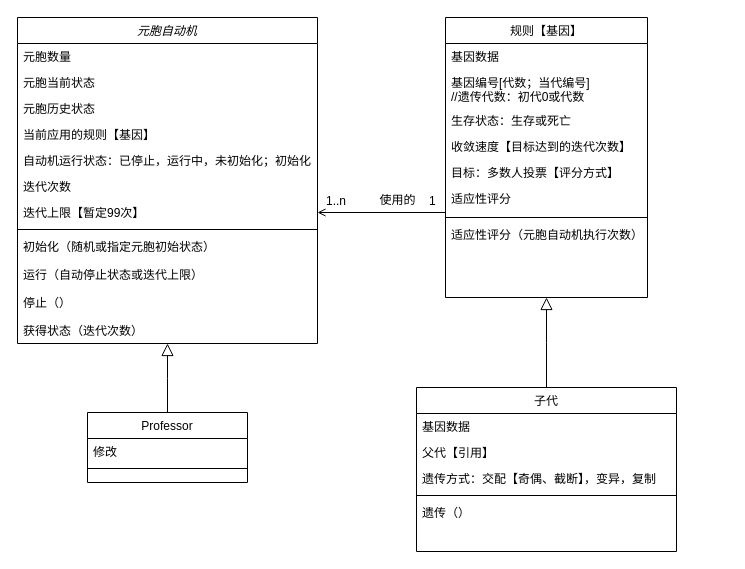
This is 元胞自动机V0.5.drawio from ligumi/CellularAutomataProject, a draw.io file, before an edit. Source tidied: cells renumbered, new cells numbered last; positions are measured from the earlier drawing's top-left corner, leaving out a move shared by most shapes. Both pictures are drawn from the tidied source at 100%, with x=0, y=0 at pixel (17, 17).
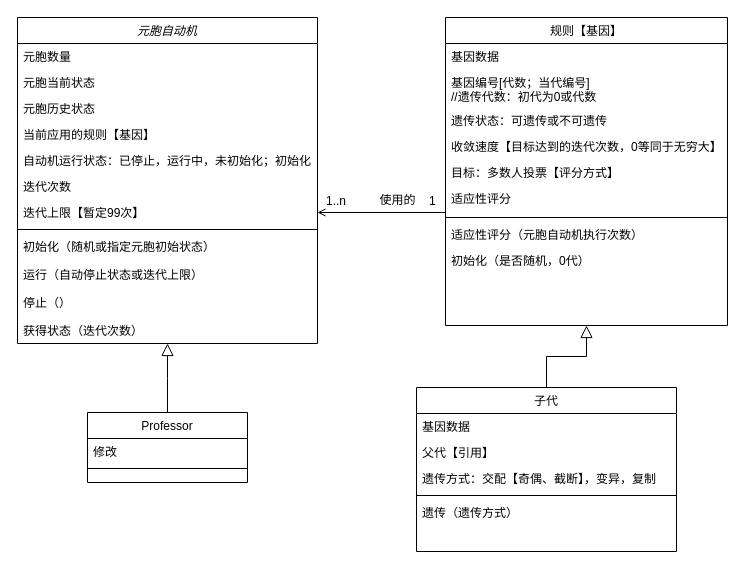
The same diagram, later.

Commit message:
Update 元胞自动机V0.5.drawio

Unchanged cells that the change refers to:
```xml
<mxCell id="15" value="子代" style="swimlane;fontStyle=0;align=center;verticalAlign=top;horizontal=1;startSize=26;rounded=0;shadow=0;strokeWidth=1;" parent="1" vertex="1">
  <mxGeometry x="399" y="370" width="260" height="164" as="geometry" />
</mxCell>
```

Diff of the diagram source:
```diff
@@
-    <mxCell id="20" value="遗传（）" style="text;align=left;verticalAlign=top;spacingLeft=4;spacingRight=4;overflow=hidden;fontStyle=0;" parent="15" vertex="1">
+    <mxCell id="20" value="遗传（遗传方式）" style="text;align=left;verticalAlign=top;spacingLeft=4;spacingRight=4;overflow=hidden;fontStyle=0;" parent="15" vertex="1">
       <mxGeometry y="112" width="260" height="26" as="geometry" />
     </mxCell>
@@
     <mxCell id="26" value="规则【基因】" style="swimlane;fontStyle=0;align=center;verticalAlign=top;horizontal=1;startSize=26;rounded=0;shadow=0;strokeWidth=1;" parent="1" vertex="1">
-      <mxGeometry x="428" width="202" height="280" as="geometry" />
+      <mxGeometry x="428" width="282" height="308" as="geometry" />
     </mxCell>
     <mxCell id="27" value="基因数据" style="text;align=left;verticalAlign=top;spacingLeft=4;spacingRight=4;overflow=hidden;" parent="26" vertex="1">
-      <mxGeometry y="26" width="202" height="26" as="geometry" />
+      <mxGeometry y="26" width="282" height="26" as="geometry" />
     </mxCell>
-    <mxCell id="28" value="基因编号[代数；当代编号]&#10;//遗传代数：初代0或代数" style="text;align=left;verticalAlign=top;spacingLeft=4;spacingRight=4;overflow=hidden;" parent="26" vertex="1">
-      <mxGeometry y="52" width="202" height="38" as="geometry" />
+    <mxCell id="28" value="基因编号[代数；当代编号]&#10;//遗传代数：初代为0或代数" style="text;align=left;verticalAlign=top;spacingLeft=4;spacingRight=4;overflow=hidden;" parent="26" vertex="1">
+      <mxGeometry y="52" width="282" height="38" as="geometry" />
     </mxCell>
-    <mxCell id="29" value="生存状态：生存或死亡" style="text;align=left;verticalAlign=top;spacingLeft=4;spacingRight=4;overflow=hidden;" parent="26" vertex="1">
-      <mxGeometry y="90" width="202" height="26" as="geometry" />
+    <mxCell id="29" value="遗传状态：可遗传或不可遗传" style="text;align=left;verticalAlign=top;spacingLeft=4;spacingRight=4;overflow=hidden;" parent="26" vertex="1">
+      <mxGeometry y="90" width="282" height="26" as="geometry" />
     </mxCell>
-    <mxCell id="30" value="收敛速度【目标达到的迭代次数】" style="text;align=left;verticalAlign=top;spacingLeft=4;spacingRight=4;overflow=hidden;rounded=0;shadow=0;html=0;" parent="26" vertex="1">
-      <mxGeometry y="116" width="202" height="26" as="geometry" />
+    <mxCell id="30" value="收敛速度【目标达到的迭代次数，0等同于无穷大】" style="text;align=left;verticalAlign=top;spacingLeft=4;spacingRight=4;overflow=hidden;rounded=0;shadow=0;html=0;" parent="26" vertex="1">
+      <mxGeometry y="116" width="282" height="26" as="geometry" />
     </mxCell>
     <mxCell id="31" value="目标：多数人投票【评分方式】" style="text;align=left;verticalAlign=top;spacingLeft=4;spacingRight=4;overflow=hidden;rounded=0;shadow=0;html=0;" parent="26" vertex="1">
-      <mxGeometry y="142" width="202" height="26" as="geometry" />
+      <mxGeometry y="142" width="282" height="26" as="geometry" />
     </mxCell>
     <mxCell id="32" value="适应性评分&#10;" style="text;align=left;verticalAlign=top;spacingLeft=4;spacingRight=4;overflow=hidden;points=[[0,0.5],[1,0.5]];portConstraint=eastwest;" parent="26" vertex="1">
-      <mxGeometry y="168" width="202" height="28" as="geometry" />
+      <mxGeometry y="168" width="282" height="28" as="geometry" />
     </mxCell>
     <mxCell id="33" style="line;html=1;strokeWidth=1;align=left;verticalAlign=middle;spacingTop=-1;spacingLeft=3;spacingRight=3;labelPosition=right;" parent="26" vertex="1">
-      <mxGeometry y="196" width="202" height="8" as="geometry" />
+      <mxGeometry y="196" width="282" height="8" as="geometry" />
     </mxCell>
     <mxCell id="34" value="适应性评分（元胞自动机执行次数）" style="text;align=left;verticalAlign=top;spacingLeft=4;spacingRight=4;overflow=hidden;" parent="26" vertex="1">
-      <mxGeometry y="204" width="202" height="26" as="geometry" />
+      <mxGeometry y="204" width="282" height="26" as="geometry" />
     </mxCell>
+    <mxCell id="39" value="初始化（是否随机，0代）" style="text;align=left;verticalAlign=top;spacingLeft=4;spacingRight=4;overflow=hidden;" parent="26" vertex="1">
+      <mxGeometry y="230" width="282" height="26" as="geometry" />
+    </mxCell>
```
